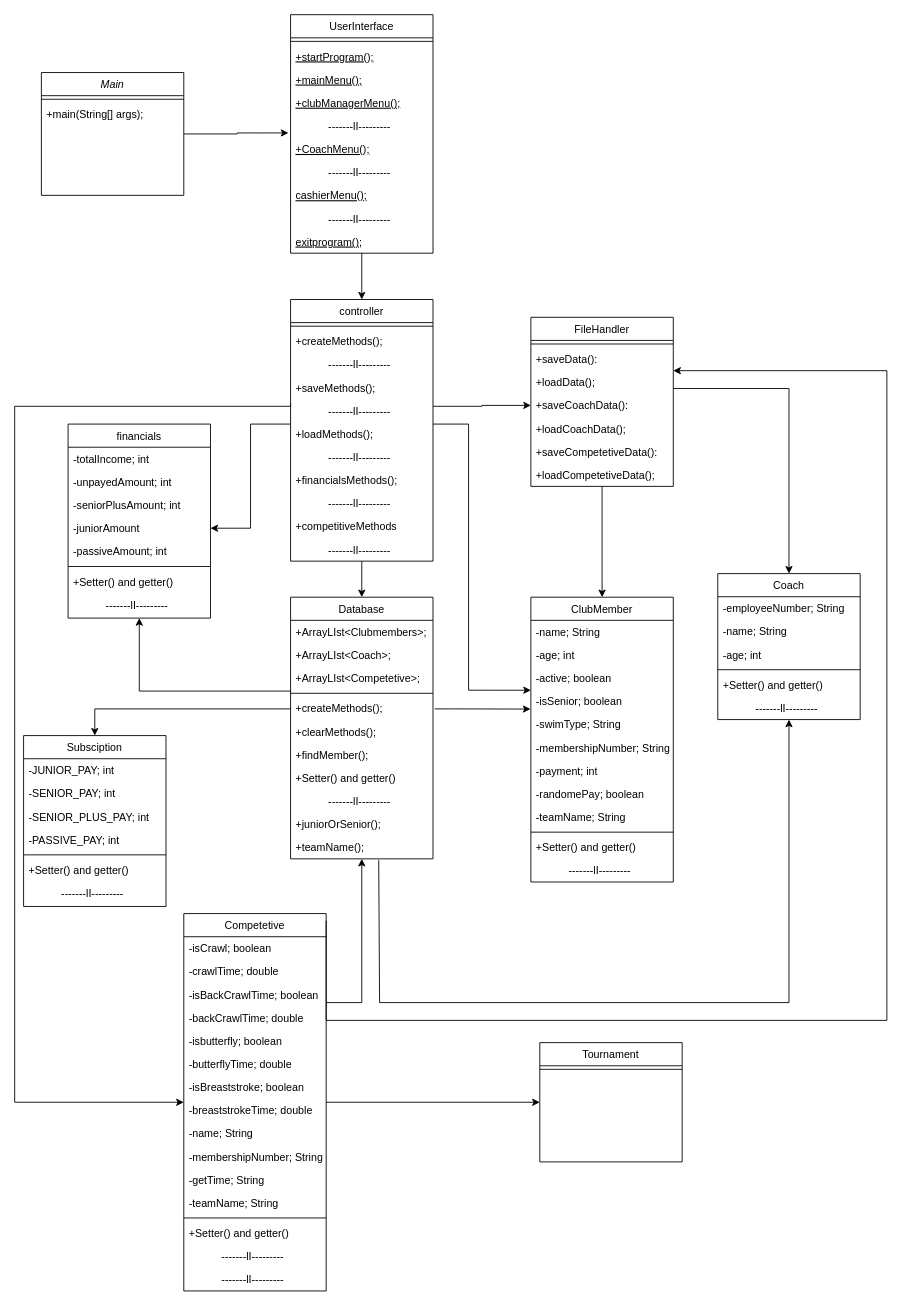
This is Docs/VirksomhedsAnalyserDelfine Klassediagram.drawio from Mathias-Thomsen/DelfinenProject, a draw.io file, before an edit. Source tidied: cells renumbered, new cells numbered last; positions are measured from the earlier drawing's top-left corner, leaving out a move shared by most shapes. Both pictures are drawn from the tidied source at 89%, with x=0, y=0 at pixel (14, 14).
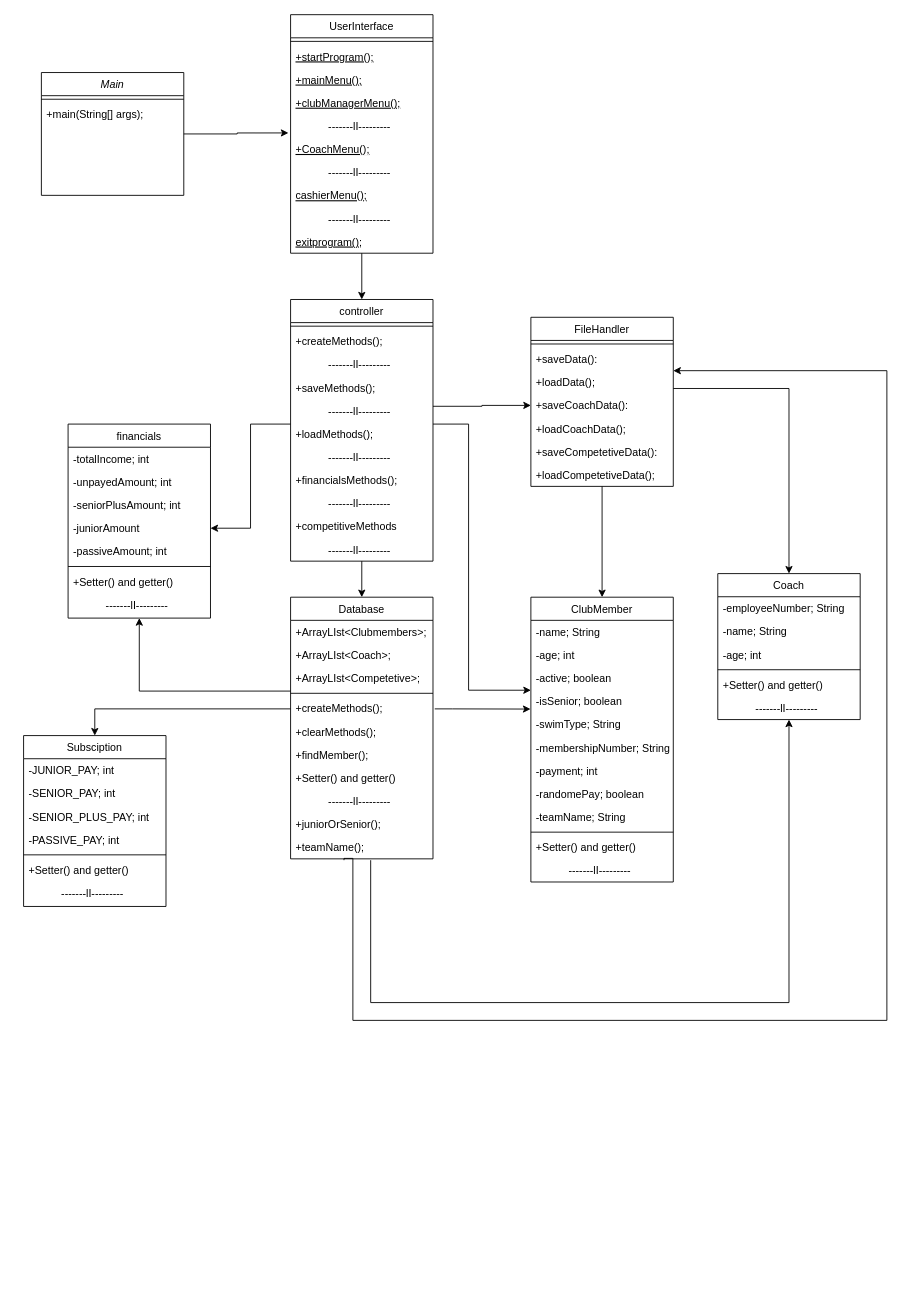
After the change.

The change refers to these unchanged cells:
```xml
<mxCell id="22" value="Database" style="swimlane;fontStyle=0;align=center;verticalAlign=top;horizontal=1;startSize=26;rounded=0;shadow=0;strokeWidth=1;" parent="1" vertex="1">
  <mxGeometry x="310" y="654.5" width="160" height="294" as="geometry" />
</mxCell>
<mxCell id="33" value="+teamName();" style="text;align=left;verticalAlign=top;spacingLeft=4;spacingRight=4;overflow=hidden;points=[[0,0.5],[1,0.5]];portConstraint=eastwest;" parent="22" vertex="1">
  <mxGeometry y="268" width="160" height="26" as="geometry" />
</mxCell>
<mxCell id="111" value="Coach" style="swimlane;fontStyle=0;align=center;verticalAlign=top;horizontal=1;startSize=26;rounded=0;shadow=0;strokeWidth=1;" parent="1" vertex="1">
  <mxGeometry x="790" y="628" width="160" height="164" as="geometry" />
</mxCell>
```

Diff of the diagram source:
```diff
@@
-    <mxCell id="18" style="edgeStyle=orthogonalEdgeStyle;rounded=0;jettySize=auto;html=1;entryX=0.5;entryY=1;entryDx=0;entryDy=0;exitX=0.619;exitY=1.058;exitDx=0;exitDy=0;exitPerimeter=0;" parent="1" edge="1" source="33" target="111">
+    <mxCell id="18" style="edgeStyle=orthogonalEdgeStyle;rounded=0;jettySize=auto;html=1;entryX=0.5;entryY=1;entryDx=0;entryDy=0;" parent="1" edge="1" target="111">
       <mxGeometry relative="1" as="geometry">
+        <mxPoint x="400" y="950" as="sourcePoint" />
         <Array as="points">
-          <mxPoint x="410" y="1110" />
+          <mxPoint x="400" y="1110" />
           <mxPoint x="870" y="1110" />
         </Array>
       </mxGeometry>
     </mxCell>
@@
-    <mxCell id="34" style="edgeStyle=orthogonalEdgeStyle;rounded=0;jettySize=auto;html=1;exitX=0;exitY=0.5;exitDx=0;exitDy=0;" parent="1" edge="1" target="92">
-      <mxGeometry relative="1" as="geometry">
-        <mxPoint x="310" y="437" as="sourcePoint" />
-        <Array as="points">
-          <mxPoint x="310" y="440" />
-          <mxPoint y="440" />
-          <mxPoint y="1222" />
-        </Array>
-      </mxGeometry>
-    </mxCell>
@@
-    <mxCell id="90" style="edgeStyle=orthogonalEdgeStyle;rounded=0;jettySize=auto;html=1;entryX=0.5;entryY=1;entryDx=0;entryDy=0;" parent="1" edge="1" source="92" target="22">
-      <mxGeometry relative="1" as="geometry">
-        <Array as="points">
-          <mxPoint x="390" y="1110" />
-        </Array>
-      </mxGeometry>
-    </mxCell>
-    <mxCell id="91" style="edgeStyle=orthogonalEdgeStyle;rounded=0;jettySize=auto;html=1;entryX=0;entryY=0.5;entryDx=0;entryDy=0;" parent="1" edge="1" source="92" target="109">
-      <mxGeometry relative="1" as="geometry" />
-    </mxCell>
-    <mxCell id="92" value="Competetive" style="swimlane;fontStyle=0;align=center;verticalAlign=top;horizontal=1;startSize=26;rounded=0;shadow=0;strokeWidth=1;" parent="1" vertex="1">
-      <mxGeometry x="190" y="1010" width="160" height="424" as="geometry" />
-    </mxCell>
-    <mxCell id="93" value="-isCrawl; boolean" style="text;align=left;verticalAlign=top;spacingLeft=4;spacingRight=4;overflow=hidden;" parent="92" vertex="1">
-      <mxGeometry y="26" width="160" height="26" as="geometry" />
-    </mxCell>
-    <mxCell id="94" value="-crawlTime; double" style="text;align=left;verticalAlign=top;spacingLeft=4;spacingRight=4;overflow=hidden;" parent="92" vertex="1">
-      <mxGeometry y="52" width="160" height="26" as="geometry" />
-    </mxCell>
-    <mxCell id="95" value="-isBackCrawlTime; boolean&#10;" style="text;align=left;verticalAlign=top;spacingLeft=4;spacingRight=4;overflow=hidden;" parent="92" vertex="1">
-      <mxGeometry y="78" width="160" height="26" as="geometry" />
-    </mxCell>
-    <mxCell id="96" value="-backCrawlTime; double" style="text;align=left;verticalAlign=top;spacingLeft=4;spacingRight=4;overflow=hidden;" parent="92" vertex="1">
-      <mxGeometry y="104" width="160" height="26" as="geometry" />
-    </mxCell>
-    <mxCell id="97" value="-isbutterfly; boolean" style="text;align=left;verticalAlign=top;spacingLeft=4;spacingRight=4;overflow=hidden;" parent="92" vertex="1">
-      <mxGeometry y="130" width="160" height="26" as="geometry" />
-    </mxCell>
-    <mxCell id="98" value="-butterflyTime; double" style="text;align=left;verticalAlign=top;spacingLeft=4;spacingRight=4;overflow=hidden;" parent="92" vertex="1">
-      <mxGeometry y="156" width="160" height="26" as="geometry" />
-    </mxCell>
-    <mxCell id="99" value="-isBreaststroke; boolean" style="text;align=left;verticalAlign=top;spacingLeft=4;spacingRight=4;overflow=hidden;" parent="92" vertex="1">
-      <mxGeometry y="182" width="160" height="26" as="geometry" />
-    </mxCell>
-    <mxCell id="100" value="-breaststrokeTime; double" style="text;align=left;verticalAlign=top;spacingLeft=4;spacingRight=4;overflow=hidden;" parent="92" vertex="1">
-      <mxGeometry y="208" width="160" height="26" as="geometry" />
-    </mxCell>
-    <mxCell id="101" value="-name; String" style="text;align=left;verticalAlign=top;spacingLeft=4;spacingRight=4;overflow=hidden;" parent="92" vertex="1">
-      <mxGeometry y="234" width="160" height="26" as="geometry" />
-    </mxCell>
-    <mxCell id="102" value="-membershipNumber; String" style="text;align=left;verticalAlign=top;spacingLeft=4;spacingRight=4;overflow=hidden;" parent="92" vertex="1">
-      <mxGeometry y="260" width="160" height="26" as="geometry" />
-    </mxCell>
-    <mxCell id="103" value="-getTime; String" style="text;align=left;verticalAlign=top;spacingLeft=4;spacingRight=4;overflow=hidden;" parent="92" vertex="1">
-      <mxGeometry y="286" width="160" height="26" as="geometry" />
-    </mxCell>
-    <mxCell id="104" value="-teamName; String" style="text;align=left;verticalAlign=top;spacingLeft=4;spacingRight=4;overflow=hidden;" parent="92" vertex="1">
-      <mxGeometry y="312" width="160" height="26" as="geometry" />
-    </mxCell>
-    <mxCell id="105" style="line;html=1;strokeWidth=1;align=left;verticalAlign=middle;spacingTop=-1;spacingLeft=3;spacingRight=3;labelPosition=right;" parent="92" vertex="1">
-      <mxGeometry y="338" width="160" height="8" as="geometry" />
-    </mxCell>
-    <mxCell id="106" value="+Setter() and getter()" style="text;align=left;verticalAlign=top;spacingLeft=4;spacingRight=4;overflow=hidden;" parent="92" vertex="1">
-      <mxGeometry y="346" width="160" height="26" as="geometry" />
-    </mxCell>
-    <mxCell id="107" value="           -------lI---------" style="text;align=left;verticalAlign=top;spacingLeft=4;spacingRight=4;overflow=hidden;fontStyle=0;" parent="92" vertex="1">
-      <mxGeometry y="372" width="160" height="26" as="geometry" />
-    </mxCell>
-    <mxCell id="108" value="           -------lI---------" style="text;align=left;verticalAlign=top;spacingLeft=4;spacingRight=4;overflow=hidden;fontStyle=0;" parent="92" vertex="1">
-      <mxGeometry y="398" width="160" height="26" as="geometry" />
-    </mxCell>
-    <mxCell id="109" value="Tournament" style="swimlane;fontStyle=0;align=center;verticalAlign=top;horizontal=1;startSize=26;rounded=0;shadow=0;strokeWidth=1;" parent="1" vertex="1">
-      <mxGeometry x="590" y="1155" width="160" height="134" as="geometry" />
-    </mxCell>
-    <mxCell id="110" style="line;html=1;strokeWidth=1;align=left;verticalAlign=middle;spacingTop=-1;spacingLeft=3;spacingRight=3;labelPosition=right;" parent="109" vertex="1">
-      <mxGeometry y="26" width="160" height="8" as="geometry" />
-    </mxCell>
@@
     <mxCell id="118" style="edgeStyle=orthogonalEdgeStyle;rounded=0;orthogonalLoop=1;jettySize=auto;html=1;" parent="1" edge="1">
       <mxGeometry relative="1" as="geometry">
-        <mxPoint x="350" y="1018" as="sourcePoint" />
+        <mxPoint x="370" y="950" as="sourcePoint" />
         <mxPoint x="740" y="400" as="targetPoint" />
         <Array as="points">
-          <mxPoint x="350" y="1130" />
+          <mxPoint x="370" y="948" />
+          <mxPoint x="380" y="948" />
+          <mxPoint x="380" y="1130" />
           <mxPoint x="980" y="1130" />
           <mxPoint x="980" y="400" />
         </Array>
       </mxGeometry>
     </mxCell>
```
